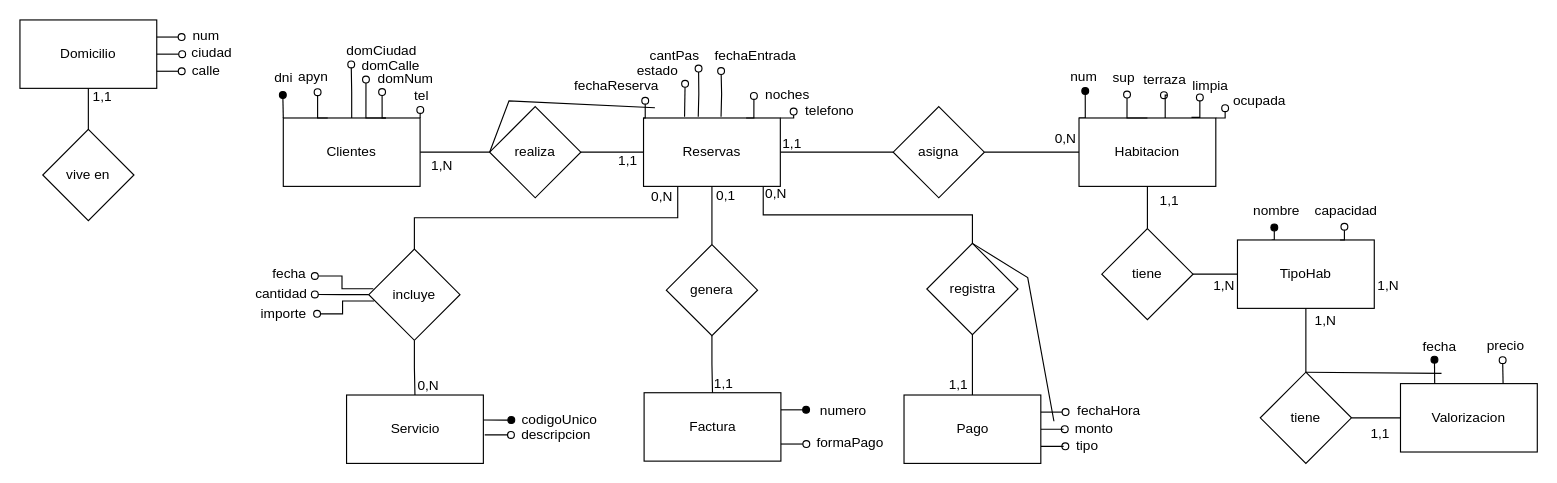
Before: page "Logico" (2 of 2) of Hotelero.drawio in JNprog8/BD1-Hoteleria, a draw.io diagram. Source tidied: cells renumbered, new cells numbered last; positions are measured from the earlier drawing's top-left corner, leaving out a move shared by most shapes. Both pictures are drawn from the tidied source at 114%, with x=0, y=0 at pixel (19, 19).
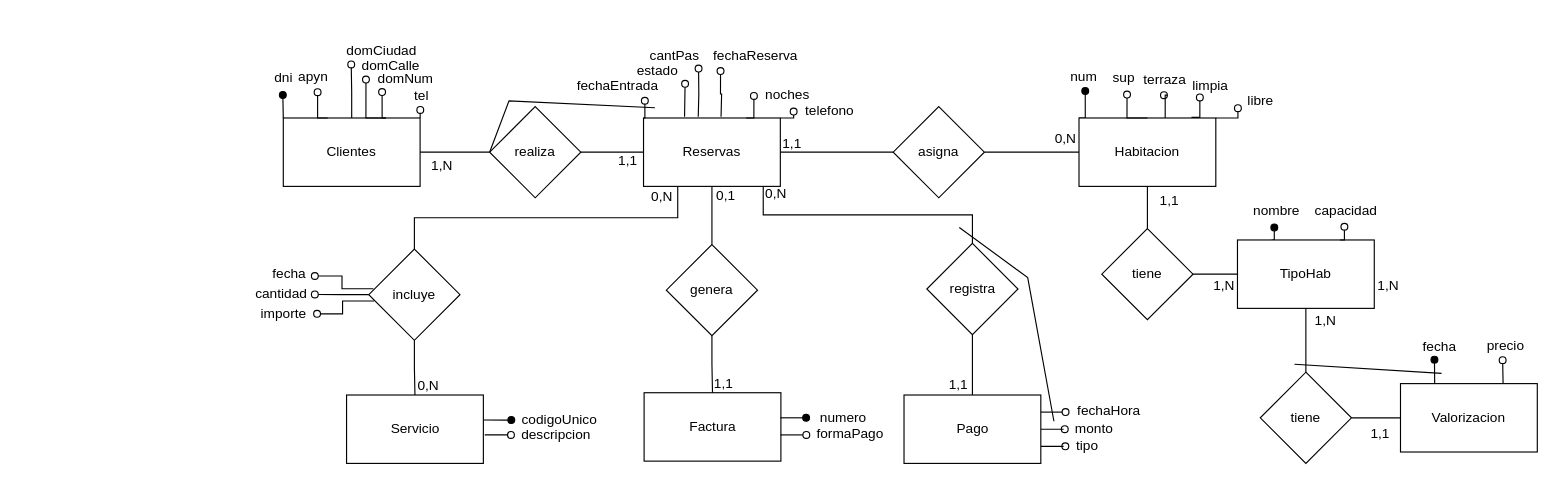
Above is the later version.

The change refers to these unchanged cells:
```xml
<mxCell id="5" value="Factura" style="rounded=0;whiteSpace=wrap;html=1;" parent="1" vertex="1">
  <mxGeometry x="547.5" y="327" width="120" height="60" as="geometry" />
</mxCell>
<mxCell id="22" value="registra" style="rhombus;whiteSpace=wrap;html=1;rounded=0;" parent="1" vertex="1">
  <mxGeometry x="795.5" y="196" width="80" height="80" as="geometry" />
</mxCell>
<mxCell id="100" value="tiene" style="rhombus;whiteSpace=wrap;html=1;" parent="1" vertex="1">
  <mxGeometry x="1088" y="309" width="80" height="80" as="geometry" />
</mxCell>
```

The edit, as a diff of the source:
```diff
@@
-    <mxCell id="15" style="edgeStyle=orthogonalEdgeStyle;rounded=0;jettySize=auto;html=1;exitX=0.5;exitY=0;exitDx=0;exitDy=0;entryX=0.5;entryY=1;entryDx=0;entryDy=0;endArrow=none;endFill=0;" parent="1" edge="1" source="107" target="106">
-      <mxGeometry relative="1" as="geometry" />
-    </mxCell>
@@
-    <mxCell id="47" value="fechaReserva" style="text;html=1;align=center;verticalAlign=middle;points=[];strokeColor=none;fillColor=none;" parent="1" vertex="1">
-      <mxGeometry x="477" y="45" width="92" height="26" as="geometry" />
+    <mxCell id="47" value="fechaEntrada" style="text;html=1;align=center;verticalAlign=middle;points=[];strokeColor=none;fillColor=none;" parent="1" vertex="1">
+      <mxGeometry x="479" y="45" width="89" height="26" as="geometry" />
     </mxCell>
-    <mxCell id="48" value="fechaEntrada" style="text;html=1;align=center;verticalAlign=middle;points=[];strokeColor=none;fillColor=none;" parent="1" vertex="1">
-      <mxGeometry x="600" y="19" width="89" height="26" as="geometry" />
+    <mxCell id="48" value="fechaReserva" style="text;html=1;align=center;verticalAlign=middle;points=[];strokeColor=none;fillColor=none;" parent="1" vertex="1">
+      <mxGeometry x="599" y="19" width="92" height="26" as="geometry" />
     </mxCell>
@@
-    <mxCell id="58" value="calle" style="text;html=1;align=center;verticalAlign=middle;points=[];strokeColor=none;fillColor=none;" parent="1" vertex="1">
-      <mxGeometry x="141" y="32" width="43" height="26" as="geometry" />
-    </mxCell>
-    <mxCell id="59" value="num" style="text;html=1;align=center;verticalAlign=middle;points=[];strokeColor=none;fillColor=none;" parent="1" vertex="1">
-      <mxGeometry x="142" y="1" width="41" height="26" as="geometry" />
-    </mxCell>
-    <mxCell id="60" value="ciudad" style="text;html=1;align=center;verticalAlign=middle;points=[];strokeColor=none;fillColor=none;" parent="1" vertex="1">
-      <mxGeometry x="141" y="16" width="53" height="26" as="geometry" />
-    </mxCell>
-    <mxCell id="61" value="formaPago" style="text;html=1;align=center;verticalAlign=middle;points=[];strokeColor=none;fillColor=none;" parent="1" vertex="1">
-      <mxGeometry x="689" y="358" width="77" height="26" as="geometry" />
-    </mxCell>
-    <mxCell id="62" style="edgeStyle=orthogonalEdgeStyle;rounded=0;jettySize=auto;html=1;exitX=1;exitY=0.75;exitDx=0;exitDy=0;endArrow=oval;endFill=0;entryX=0.011;entryY=0.526;entryDx=0;entryDy=0;entryPerimeter=0;" parent="1" edge="1" source="5" target="61">
-      <mxGeometry relative="1" as="geometry" />
-    </mxCell>
-    <mxCell id="63" value="numero" style="text;html=1;align=center;verticalAlign=middle;points=[];strokeColor=none;fillColor=none;" parent="1" vertex="1">
-      <mxGeometry x="692" y="330" width="59" height="26" as="geometry" />
-    </mxCell>
-    <mxCell id="64" style="edgeStyle=orthogonalEdgeStyle;rounded=0;jettySize=auto;html=1;endArrow=oval;endFill=1;entryX=-0.04;entryY=0.494;entryDx=0;entryDy=0;entryPerimeter=0;exitX=1;exitY=0.25;exitDx=0;exitDy=0;" parent="1" edge="1" source="5" target="63">
-      <mxGeometry relative="1" as="geometry" />
-    </mxCell>
@@
-    <mxCell id="74" value="ocupada" style="text;html=1;align=center;verticalAlign=middle;points=[];strokeColor=none;fillColor=none;" parent="1" vertex="1">
-      <mxGeometry x="1055" y="58" width="64" height="26" as="geometry" />
+    <mxCell id="74" value="libre" style="text;html=1;align=center;verticalAlign=middle;points=[];strokeColor=none;fillColor=none;" parent="1" vertex="1">
+      <mxGeometry x="1067" y="58" width="41" height="26" as="geometry" />
     </mxCell>
@@
-    <mxCell id="106" value="Domicilio" style="rounded=0;whiteSpace=wrap;html=1;" parent="1" vertex="1">
-      <mxGeometry width="120" height="60" as="geometry" />
-    </mxCell>
-    <mxCell id="107" value="vive en" style="rhombus;whiteSpace=wrap;html=1;" parent="1" vertex="1">
-      <mxGeometry x="20" y="96" width="80" height="80" as="geometry" />
-    </mxCell>
-    <mxCell id="108" style="edgeStyle=orthogonalEdgeStyle;rounded=0;jettySize=auto;html=1;exitX=1;exitY=0.25;exitDx=0;exitDy=0;entryX=-0.005;entryY=0.542;entryDx=0;entryDy=0;entryPerimeter=0;endArrow=oval;endFill=0;" parent="1" edge="1" source="106" target="59">
-      <mxGeometry relative="1" as="geometry" />
-    </mxCell>
-    <mxCell id="109" style="edgeStyle=orthogonalEdgeStyle;rounded=0;jettySize=auto;html=1;exitX=1;exitY=0.5;exitDx=0;exitDy=0;entryX=0.025;entryY=0.555;entryDx=0;entryDy=0;entryPerimeter=0;endArrow=oval;endFill=0;" parent="1" edge="1" source="106" target="60">
-      <mxGeometry relative="1" as="geometry" />
-    </mxCell>
-    <mxCell id="110" style="edgeStyle=orthogonalEdgeStyle;rounded=0;jettySize=auto;html=1;exitX=1;exitY=0.75;exitDx=0;exitDy=0;entryX=0.022;entryY=0.511;entryDx=0;entryDy=0;entryPerimeter=0;endArrow=oval;endFill=0;" parent="1" edge="1" source="106" target="58">
-      <mxGeometry relative="1" as="geometry" />
-    </mxCell>
-    <mxCell id="111" value="1,1" style="text;html=1;align=center;verticalAlign=middle;strokeColor=none;fillColor=none;" parent="1" vertex="1">
-      <mxGeometry x="54" y="55" width="35" height="26" as="geometry" />
-    </mxCell>
@@
-    <mxCell id="118" style="endArrow=none;html=1;rounded=0;entryX=0.5;entryY=0;entryDx=0;entryDy=0;" parent="1" edge="1" target="100">
+    <mxCell id="118" style="endArrow=none;html=1;rounded=0;" parent="1" edge="1">
       <mxGeometry relative="1" as="geometry">
         <mxPoint x="1247" y="310" as="sourcePoint" />
+        <mxPoint x="1118" y="302" as="targetPoint" />
       </mxGeometry>
     </mxCell>
@@
-    <mxCell id="120" style="endArrow=none;html=1;rounded=0;exitX=0.5;exitY=0;exitDx=0;exitDy=0;" parent="1" edge="1" source="22">
+    <mxCell id="120" style="endArrow=none;html=1;rounded=0;" parent="1" edge="1">
       <mxGeometry relative="1" as="geometry">
+        <mxPoint x="824" y="182" as="sourcePoint" />
         <mxPoint x="907" y="352" as="targetPoint" />
         <Array as="points">
           <mxPoint x="884" y="226" />
         </Array>
       </mxGeometry>
     </mxCell>
+    <mxCell id="61" value="formaPago" style="text;html=1;align=center;verticalAlign=middle;points=[];strokeColor=none;fillColor=none;" parent="1" vertex="1">
+      <mxGeometry x="689" y="350" width="77" height="26" as="geometry" />
+    </mxCell>
+    <mxCell id="121" style="edgeStyle=orthogonalEdgeStyle;rounded=0;jettySize=auto;html=1;exitX=0.999;exitY=0.425;exitDx=0;exitDy=0;endArrow=oval;endFill=0;entryX=0.011;entryY=0.526;entryDx=0;entryDy=0;entryPerimeter=0;exitPerimeter=0;" parent="1" edge="1" target="61">
+      <mxGeometry relative="1" as="geometry">
+        <mxPoint x="667" y="364" as="sourcePoint" />
+      </mxGeometry>
+    </mxCell>
+    <mxCell id="63" value="numero" style="text;html=1;align=center;verticalAlign=middle;points=[];strokeColor=none;fillColor=none;" parent="1" vertex="1">
+      <mxGeometry x="692" y="336" width="59" height="26" as="geometry" />
+    </mxCell>
+    <mxCell id="122" style="edgeStyle=orthogonalEdgeStyle;rounded=0;jettySize=auto;html=1;endArrow=oval;endFill=1;entryX=-0.04;entryY=0.494;entryDx=0;entryDy=0;entryPerimeter=0;exitX=0.994;exitY=0.181;exitDx=0;exitDy=0;exitPerimeter=0;" parent="1" edge="1" target="63">
+      <mxGeometry relative="1" as="geometry">
+        <mxPoint x="667" y="349" as="sourcePoint" />
+      </mxGeometry>
+    </mxCell>
```
